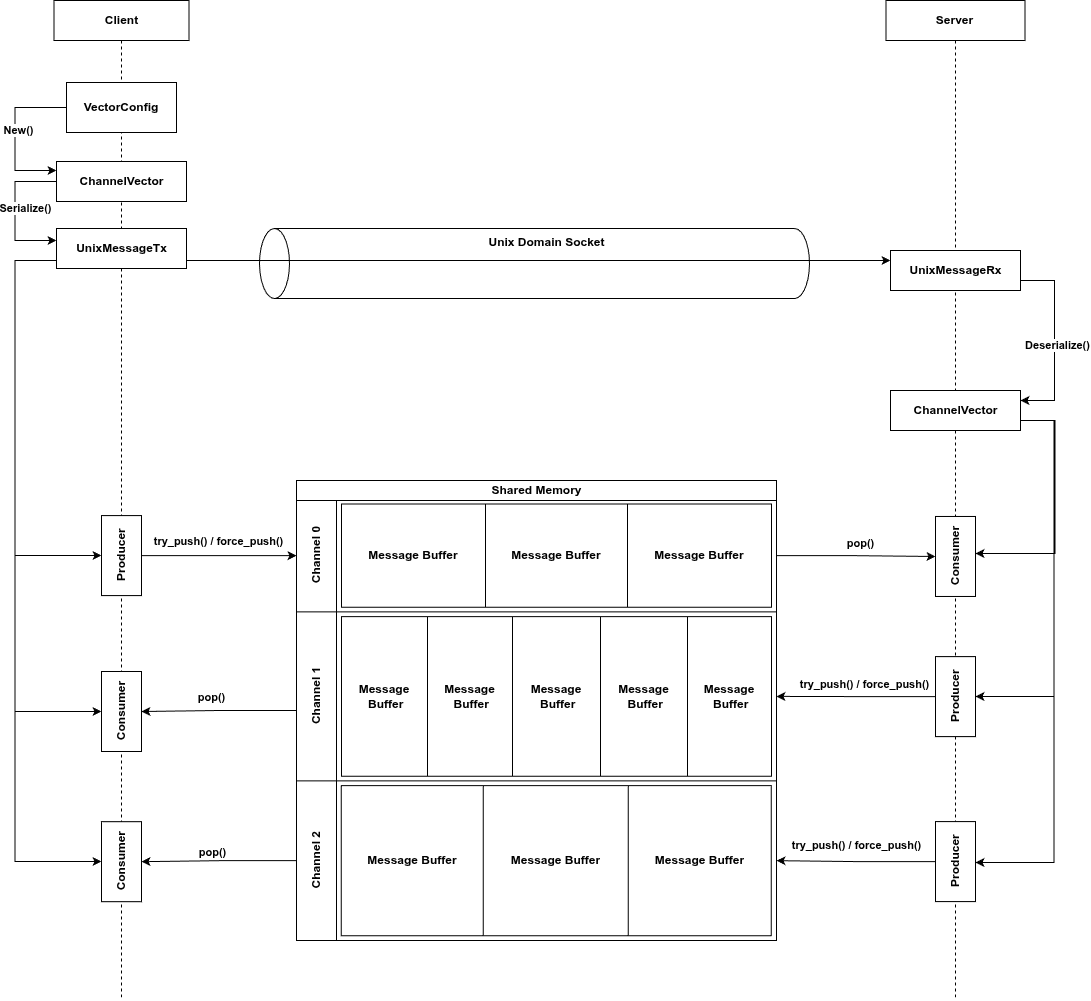
Above: flow.png in rtipc/rtipc.github.io (draw.io), before the change. Source tidied: cells renumbered, new cells last; positions are measured from the earlier drawing's top-left corner, leaving out a move shared by most shapes.
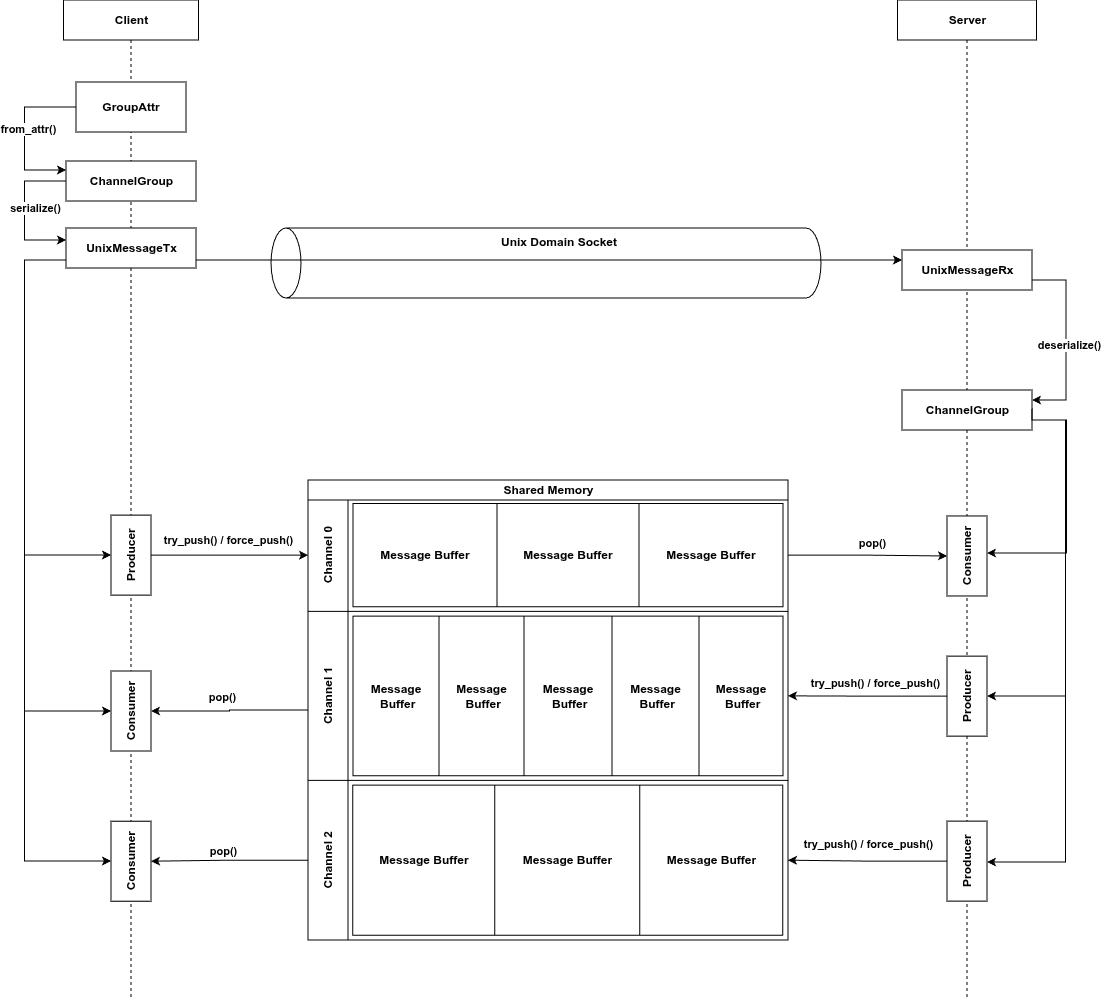
The same diagram one commit later.

What changed in the source:
```diff
@@ -69,12 +69,12 @@
       <mxGeometry width="480" height="460" as="geometry" />
     </mxCell>
     <mxCell id="24" value="&lt;b&gt;Client&lt;/b&gt;" style="shape=umlLifeline;perimeter=lifelinePerimeter;whiteSpace=wrap;html=1;newEdgeStyle={&quot;curved&quot;:0,&quot;rounded&quot;:0};" parent="1" vertex="1">
-      <mxGeometry x="39.5" width="135" height="1000" as="geometry" />
+      <mxGeometry x="37.5" width="135" height="1000" as="geometry" />
     </mxCell>
-    <mxCell id="25" value="&lt;b&gt;VectorConfig&lt;/b&gt;" style="html=1;whiteSpace=wrap;" parent="24" vertex="1">
+    <mxCell id="25" value="&lt;b&gt;GroupAttr&lt;/b&gt;" style="html=1;whiteSpace=wrap;" parent="24" vertex="1">
       <mxGeometry x="12.5" y="82" width="110" height="50" as="geometry" />
     </mxCell>
-    <mxCell id="26" value="&lt;b&gt;ChannelVector&lt;/b&gt;" style="html=1;points=[[0,0,0,0,5],[0,1,0,0,-5],[1,0,0,0,5],[1,1,0,0,-5]];perimeter=orthogonalPerimeter;outlineConnect=0;targetShapes=umlLifeline;portConstraint=eastwest;newEdgeStyle={&quot;curved&quot;:0,&quot;rounded&quot;:0};" parent="24" vertex="1">
+    <mxCell id="26" value="&lt;b&gt;ChannelGroup&lt;/b&gt;" style="html=1;points=[[0,0,0,0,5],[0,1,0,0,-5],[1,0,0,0,5],[1,1,0,0,-5]];perimeter=orthogonalPerimeter;outlineConnect=0;targetShapes=umlLifeline;portConstraint=eastwest;newEdgeStyle={&quot;curved&quot;:0,&quot;rounded&quot;:0};" parent="24" vertex="1">
       <mxGeometry x="2.5" y="161" width="130" height="40" as="geometry" />
     </mxCell>
     <mxCell id="27" value="&lt;b&gt;UnixMessageTx&lt;/b&gt;" style="html=1;points=[[0,0,0,0,5],[0,1,0,0,-5],[1,0,0,0,5],[1,1,0,0,-5]];perimeter=orthogonalPerimeter;outlineConnect=0;targetShapes=umlLifeline;portConstraint=eastwest;newEdgeStyle={&quot;curved&quot;:0,&quot;rounded&quot;:0};" parent="24" vertex="1">
@@ -88,7 +88,7 @@
         </Array>
       </mxGeometry>
     </mxCell>
-    <mxCell id="29" value="&lt;b&gt;Serialize()&lt;/b&gt;" style="edgeLabel;html=1;align=center;verticalAlign=middle;" parent="28" vertex="1">
+    <mxCell id="29" value="&lt;b&gt;serialize()&lt;/b&gt;" style="edgeLabel;html=1;align=center;verticalAlign=middle;" parent="28" vertex="1">
       <mxGeometry x="-0.19" y="1" relative="1" as="geometry">
         <mxPoint x="9" y="11" as="offset" />
       </mxGeometry>
@@ -101,7 +101,7 @@
         </Array>
       </mxGeometry>
     </mxCell>
-    <mxCell id="31" value="&lt;b&gt;New()&lt;/b&gt;" style="edgeLabel;html=1;align=center;verticalAlign=middle;" parent="30" vertex="1">
+    <mxCell id="31" value="&lt;b&gt;from_attr()&lt;/b&gt;" style="edgeLabel;html=1;align=center;verticalAlign=middle;" parent="30" vertex="1">
       <mxGeometry x="-0.06" y="3" relative="1" as="geometry" />
     </mxCell>
     <mxCell id="32" value="&lt;b&gt;Producer&lt;/b&gt;" style="html=1;points=[[0,0,0,0,5],[0,1,0,0,-5],[1,0,0,0,5],[1,1,0,0,-5]];perimeter=orthogonalPerimeter;outlineConnect=0;targetShapes=umlLifeline;portConstraint=eastwest;newEdgeStyle={&quot;curved&quot;:0,&quot;rounded&quot;:0};horizontal=0;" parent="24" vertex="1">
@@ -178,7 +178,7 @@
         </Array>
       </mxGeometry>
     </mxCell>
-    <mxCell id="47" value="&lt;b&gt;ChannelVector&lt;/b&gt;" style="html=1;points=[[0,0,0,0,5],[0,1,0,0,-5],[1,0,0,0,5],[1,1,0,0,-5]];perimeter=orthogonalPerimeter;outlineConnect=0;targetShapes=umlLifeline;portConstraint=eastwest;newEdgeStyle={&quot;curved&quot;:0,&quot;rounded&quot;:0};" parent="44" vertex="1">
+    <mxCell id="47" value="&lt;b&gt;ChannelGroup&lt;/b&gt;" style="html=1;points=[[0,0,0,0,5],[0,1,0,0,-5],[1,0,0,0,5],[1,1,0,0,-5]];perimeter=orthogonalPerimeter;outlineConnect=0;targetShapes=umlLifeline;portConstraint=eastwest;newEdgeStyle={&quot;curved&quot;:0,&quot;rounded&quot;:0};" parent="44" vertex="1">
       <mxGeometry x="4.5" y="390" width="130" height="40" as="geometry" />
     </mxCell>
     <mxCell id="48" value="&lt;b&gt;Consumer&lt;/b&gt;" style="html=1;points=[[0,0,0,0,5],[0,1,0,0,-5],[1,0,0,0,5],[1,1,0,0,-5]];perimeter=orthogonalPerimeter;outlineConnect=0;targetShapes=umlLifeline;portConstraint=eastwest;newEdgeStyle={&quot;curved&quot;:0,&quot;rounded&quot;:0};horizontal=0;" parent="44" vertex="1">
@@ -220,7 +220,7 @@
         </Array>
       </mxGeometry>
     </mxCell>
-    <mxCell id="54" value="&lt;b&gt;Deserialize()&lt;/b&gt;" style="edgeLabel;html=1;align=center;verticalAlign=middle;" parent="53" vertex="1">
+    <mxCell id="54" value="&lt;b&gt;deserialize()&lt;/b&gt;" style="edgeLabel;html=1;align=center;verticalAlign=middle;" parent="53" vertex="1">
       <mxGeometry x="0.05" y="3" relative="1" as="geometry" />
     </mxCell>
     <mxCell id="55" style="edgeStyle=orthogonalEdgeStyle;rounded=0;jettySize=auto;html=1;" parent="1" edge="1" source="3" target="48">
```
